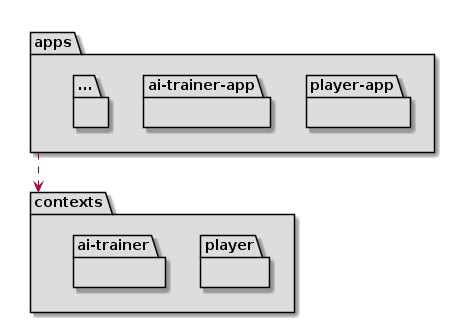
This is docs/output/ArchitecturePackages.png from Master-Desarrollo-20-21/patrones-diseno---practica-final---juego-de-las-damas-fraylopez, a PlantUML export, as it was before one commit.
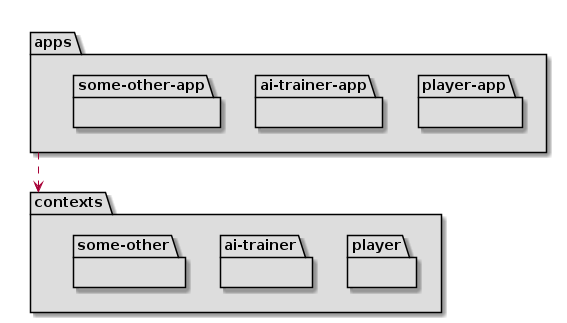
After the commit.

Commit message:
better packages diagram

Change to the diagram source:
```diff
@@ -2,13 +2,13 @@
 package apps #DDDDDD {
   package player-app #DDDDDD { }
   package ai-trainer-app #DDDDDD { }
-  package ... #DDDDDD { }
+  package some-other-app #DDDDDD { }
 }
 
 package contexts #DDDDDD {
   package player #DDDDDD {  }
   package ai-trainer #DDDDDD {  }
-  package ... #DDDDDD {  }
+  package some-other #DDDDDD {  }
 }
 apps ..> contexts
 
```
